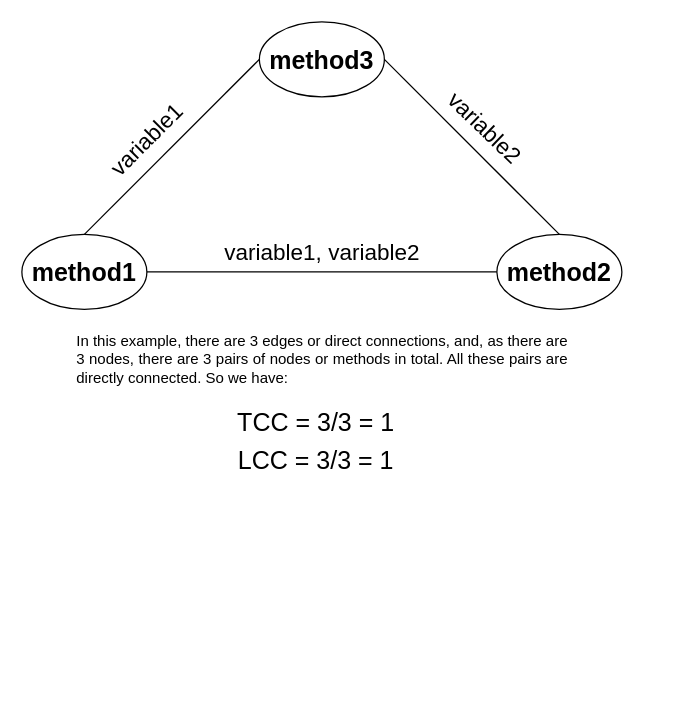
The draw.io diagram exercises/TCC vs LCC.drawio in ZieAmara/VV-ESIR-TP2, before the edit. Source tidied: cells renumbered, new cells numbered last; positions are measured from the earlier drawing's top-left corner, leaving out a move shared by most shapes. Both pictures are drawn from the tidied source at 125%, with x=0, y=0 at pixel (21, 21).
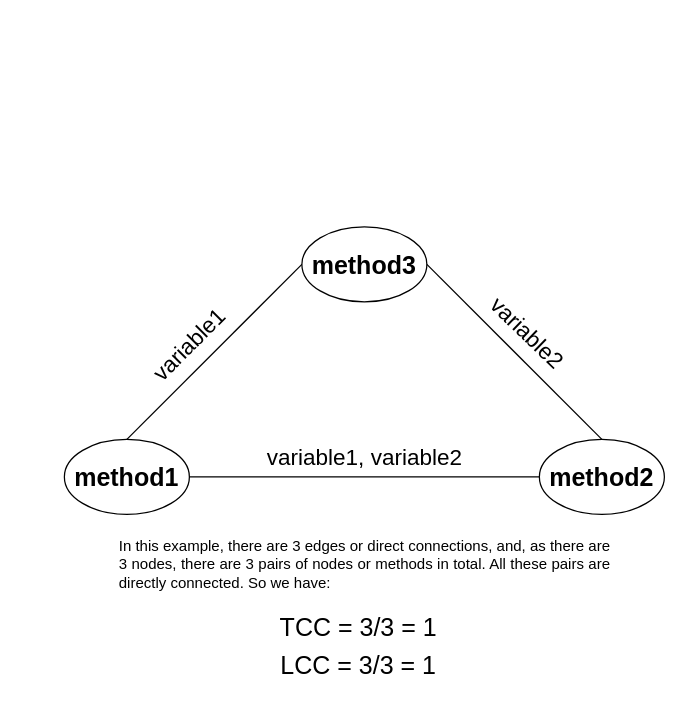
The same diagram, later.

Commit message:
Mettre à jour TCC vs LCC.drawio

Change to the diagram source:
```diff
@@
 <mxGraphModel>
   <root>
     <mxCell id="0" />
     <mxCell id="1" parent="0" />
+    <mxCell id="14" style="group;" parent="1" vertex="1">
+      <mxGeometry x="34" y="164" width="480" height="370" as="geometry" />
+    </mxCell>
-    <mxCell id="2" value="&lt;font style=&quot;font-size: 20px;&quot;&gt;&lt;b&gt;method3&lt;/b&gt;&lt;/font&gt;" style="ellipse;whiteSpace=wrap;html=1;" parent="1" vertex="1">
+    <mxCell id="2" value="&lt;font style=&quot;font-size: 20px;&quot;&gt;&lt;b&gt;method3&lt;/b&gt;&lt;/font&gt;" style="ellipse;whiteSpace=wrap;html=1;" parent="14" vertex="1">
       <mxGeometry x="190" width="100" height="60" as="geometry" />
     </mxCell>
-    <mxCell id="3" style="edgeStyle=orthogonalEdgeStyle;rounded=0;jettySize=auto;html=1;entryX=1;entryY=0.5;entryDx=0;entryDy=0;endArrow=none;endFill=0;" parent="1" edge="1" source="4" target="5">
-      <mxGeometry relative="1" as="geometry" />
-    </mxCell>
-    <mxCell id="4" value="&lt;font style=&quot;font-size: 20px;&quot;&gt;&lt;b&gt;method2&lt;/b&gt;&lt;/font&gt;" style="ellipse;whiteSpace=wrap;html=1;" parent="1" vertex="1">
+    <mxCell id="4" value="&lt;font style=&quot;font-size: 20px;&quot;&gt;&lt;b&gt;method2&lt;/b&gt;&lt;/font&gt;" style="ellipse;whiteSpace=wrap;html=1;" parent="14" vertex="1">
       <mxGeometry x="380" y="170" width="100" height="60" as="geometry" />
     </mxCell>
-    <mxCell id="5" value="&lt;font style=&quot;font-size: 20px;&quot;&gt;&lt;b&gt;method1&lt;/b&gt;&lt;/font&gt;" style="ellipse;whiteSpace=wrap;html=1;" parent="1" vertex="1">
+    <mxCell id="5" value="&lt;font style=&quot;font-size: 20px;&quot;&gt;&lt;b&gt;method1&lt;/b&gt;&lt;/font&gt;" style="ellipse;whiteSpace=wrap;html=1;" parent="14" vertex="1">
       <mxGeometry y="170" width="100" height="60" as="geometry" />
     </mxCell>
-    <mxCell id="6" style="rounded=0;jettySize=auto;html=1;entryX=0.5;entryY=0;entryDx=0;entryDy=0;endArrow=none;endFill=0;exitX=0;exitY=0.5;exitDx=0;exitDy=0;" parent="1" edge="1" source="2" target="5">
-      <mxGeometry relative="1" as="geometry" />
+    <mxCell id="6" style="rounded=0;jettySize=auto;html=1;endArrow=none;endFill=0;exitX=0;exitY=0.5;exitDx=0;exitDy=0;" parent="14" edge="1" source="2">
+      <mxGeometry relative="1" as="geometry">
+        <mxPoint x="50" y="170" as="targetPoint" />
+      </mxGeometry>
     </mxCell>
+    <mxCell id="3" style="edgeStyle=orthogonalEdgeStyle;rounded=0;jettySize=auto;html=1;entryX=1;entryY=0.5;entryDx=0;entryDy=0;endArrow=none;endFill=0;" parent="14" edge="1" source="4" target="5">
+      <mxGeometry relative="1" as="geometry" />
+    </mxCell>
-    <mxCell id="7" style="rounded=0;jettySize=auto;html=1;entryX=0.5;entryY=0;entryDx=0;entryDy=0;endArrow=none;endFill=0;exitX=1;exitY=0.5;exitDx=0;exitDy=0;" parent="1" edge="1" source="2" target="4">
+    <mxCell id="7" style="rounded=0;jettySize=auto;html=1;entryX=0.5;entryY=0;entryDx=0;entryDy=0;endArrow=none;endFill=0;exitX=1;exitY=0.5;exitDx=0;exitDy=0;" parent="14" edge="1" source="2" target="4">
       <mxGeometry relative="1" as="geometry" />
     </mxCell>
-    <mxCell id="8" value="&lt;font style=&quot;font-size: 18px;&quot;&gt;variable1&lt;/font&gt;" style="text;html=1;align=center;verticalAlign=middle;strokeColor=none;fillColor=none;rotation=-45;" parent="1" vertex="1">
+    <mxCell id="8" value="&lt;font style=&quot;font-size: 18px;&quot;&gt;variable1&lt;/font&gt;" style="text;html=1;align=center;verticalAlign=middle;strokeColor=none;fillColor=none;rotation=-45;" parent="14" vertex="1">
       <mxGeometry x="50" y="80" width="100" height="30" as="geometry" />
     </mxCell>
-    <mxCell id="9" value="&lt;font style=&quot;font-size: 18px;&quot;&gt;variable2&lt;/font&gt;" style="text;html=1;align=center;verticalAlign=middle;strokeColor=none;fillColor=none;rotation=44;" parent="1" vertex="1">
+    <mxCell id="9" value="&lt;font style=&quot;font-size: 18px;&quot;&gt;variable2&lt;/font&gt;" style="text;html=1;align=center;verticalAlign=middle;strokeColor=none;fillColor=none;rotation=44;" parent="14" vertex="1">
       <mxGeometry x="320" y="70" width="100" height="30" as="geometry" />
     </mxCell>
-    <mxCell id="10" value="&lt;font style=&quot;font-size: 18px;&quot;&gt;variable1, variable2&lt;/font&gt;" style="text;html=1;align=center;verticalAlign=middle;strokeColor=none;fillColor=none;rotation=0;" parent="1" vertex="1">
+    <mxCell id="10" value="&lt;font style=&quot;font-size: 18px;&quot;&gt;variable1, variable2&lt;/font&gt;" style="text;html=1;align=center;verticalAlign=middle;strokeColor=none;fillColor=none;rotation=0;" parent="14" vertex="1">
       <mxGeometry x="150" y="170" width="180" height="30" as="geometry" />
     </mxCell>
-    <mxCell id="11" value="&lt;font style=&quot;font-size: 20px;&quot;&gt;TCC = 3/3 = 1&lt;/font&gt;" style="text;html=1;align=center;verticalAlign=middle;strokeColor=none;fillColor=none;" parent="1" vertex="1">
+    <mxCell id="11" value="&lt;font style=&quot;font-size: 20px;&quot;&gt;TCC = 3/3 = 1&lt;/font&gt;" style="text;html=1;align=center;verticalAlign=middle;strokeColor=none;fillColor=none;" parent="14" vertex="1">
       <mxGeometry x="160" y="300" width="150" height="40" as="geometry" />
     </mxCell>
-    <mxCell id="12" value="&lt;font style=&quot;font-size: 20px;&quot;&gt;LCC = 3/3 = 1&lt;/font&gt;" style="text;html=1;align=center;verticalAlign=middle;strokeColor=none;fillColor=none;" parent="1" vertex="1">
+    <mxCell id="12" value="&lt;font style=&quot;font-size: 20px;&quot;&gt;LCC = 3/3 = 1&lt;/font&gt;" style="text;html=1;align=center;verticalAlign=middle;strokeColor=none;fillColor=none;" parent="14" vertex="1">
       <mxGeometry x="160" y="330" width="150" height="40" as="geometry" />
     </mxCell>
-    <mxCell id="13" value="&lt;div style=&quot;text-align: justify;&quot;&gt;In this example, there are 3 edges or direct connections, and, as there are 3 nodes, there are 3 pairs of nodes or methods in total. All these pairs are directly connected. So we have:&lt;/div&gt;" style="whiteSpace=wrap;html=1;strokeColor=none;dashed=1;" parent="1" vertex="1">
+    <mxCell id="13" value="&lt;div style=&quot;text-align: justify;&quot;&gt;In this example, there are 3 edges or direct connections, and, as there are 3 nodes, there are 3 pairs of nodes or methods in total. All these pairs are directly connected. So we have:&lt;/div&gt;" style="whiteSpace=wrap;html=1;strokeColor=none;dashed=1;" parent="14" vertex="1">
       <mxGeometry x="42.5" y="240" width="395" height="60" as="geometry" />
     </mxCell>
   </root>
 </mxGraphModel>
```
